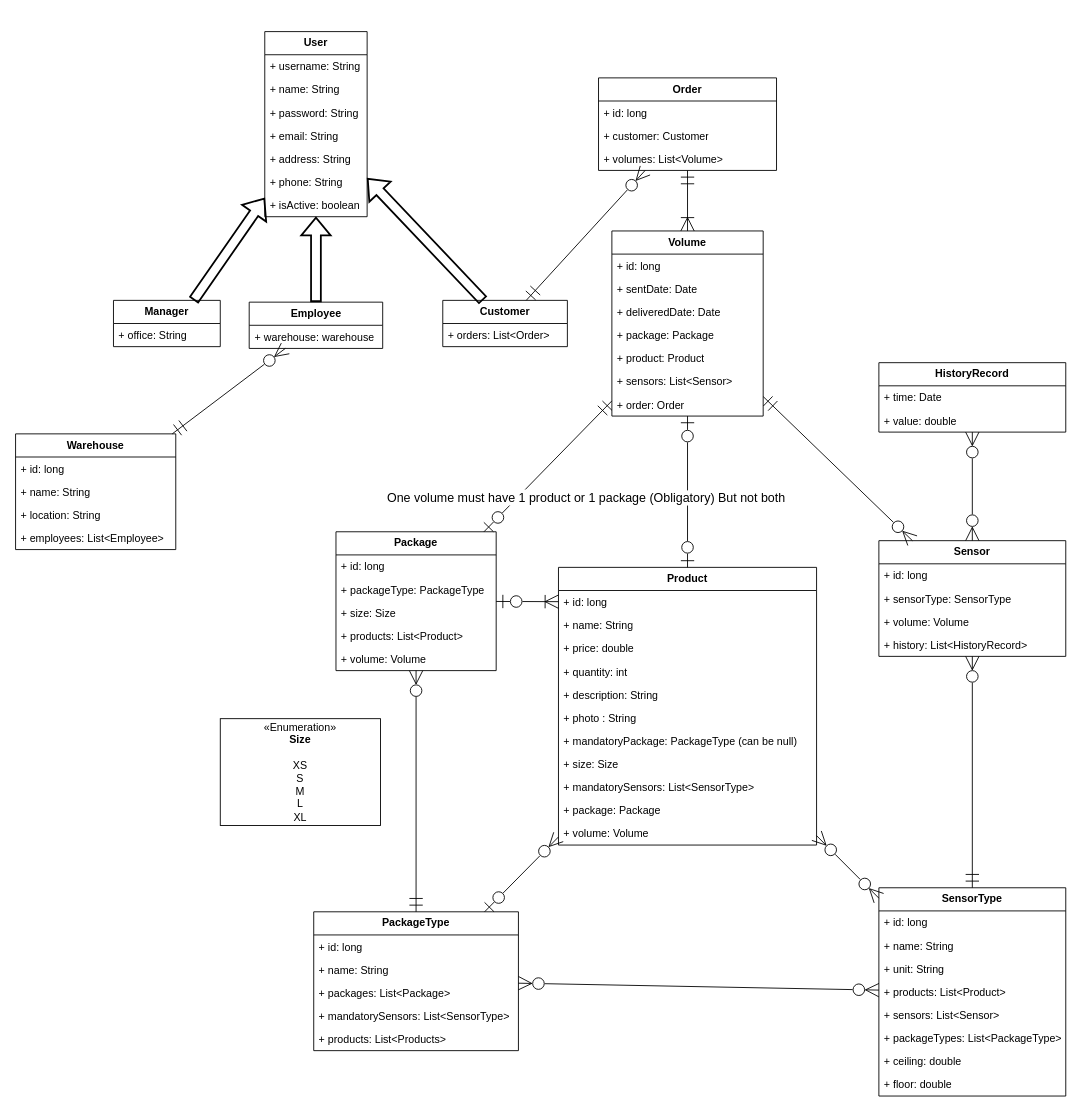
This is ClassDiagram.drawio from joelsb/AppMonitor, a draw.io file, before an edit. Source tidied: cells renumbered, new cells numbered last; positions are measured from the earlier drawing's top-left corner, leaving out a move shared by most shapes. Both pictures are drawn from the tidied source at 89%, with x=0, y=0 at pixel (15, 31).
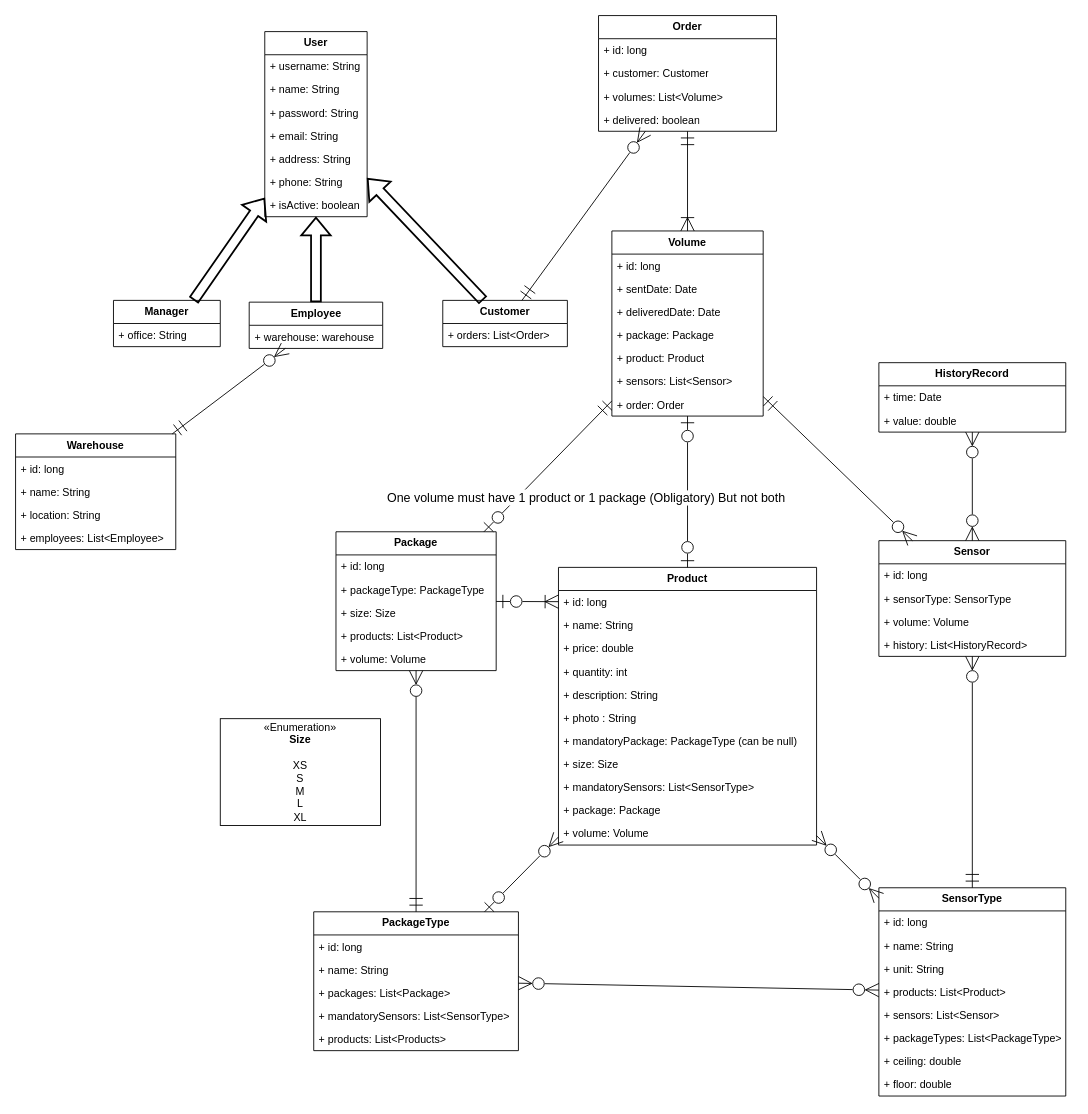
Above is the later version.

The edit, as a diff of the source:
```diff
@@
     <mxCell id="2" value="&lt;b&gt;Order&lt;/b&gt;" style="swimlane;fontStyle=0;horizontal=1;startSize=26;fillColor=none;whiteSpace=wrap;html=1;" parent="1" vertex="1">
-      <mxGeometry x="655" y="52" width="200" height="104" as="geometry" />
+      <mxGeometry x="655" y="-18" width="200" height="130" as="geometry" />
     </mxCell>
@@
+    <mxCell id="95" value="+ delivered: boolean&lt;div&gt;&lt;br&gt;&lt;/div&gt;" style="text;strokeColor=none;fillColor=none;align=left;verticalAlign=top;spacingLeft=4;spacingRight=4;overflow=hidden;whiteSpace=wrap;html=1;" parent="2" vertex="1">
+      <mxGeometry y="104" width="200" height="26" as="geometry" />
+    </mxCell>
```
